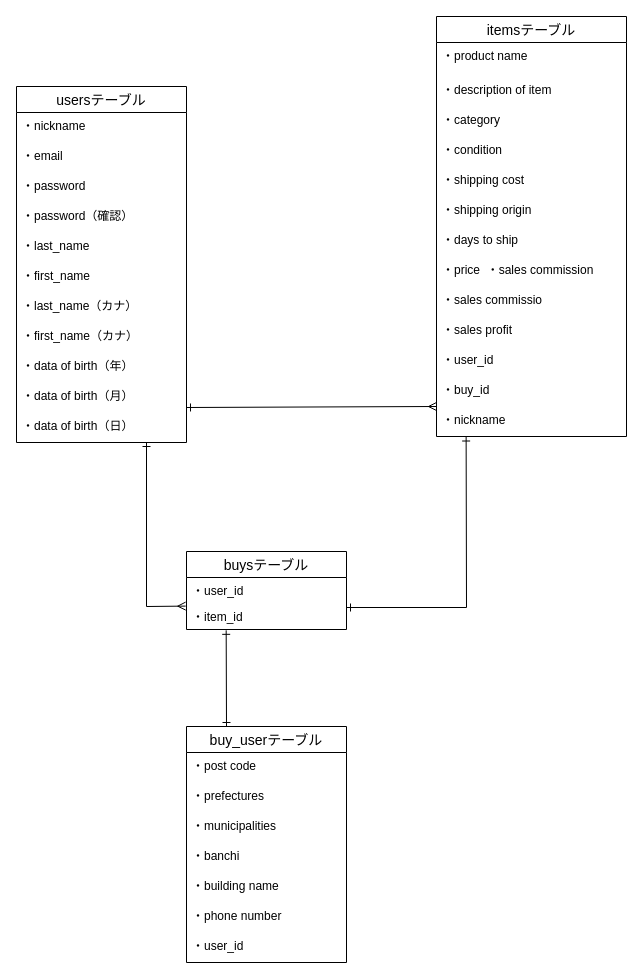
Above: test.dio in hero-39/furima-39744 (draw.io), before the change. Source tidied: cells renumbered, new cells numbered last; positions are measured from the earlier drawing's top-left corner, leaving out a move shared by most shapes. Both pictures are drawn from the tidied source at 100%, with x=0, y=0 at pixel (16, 16).
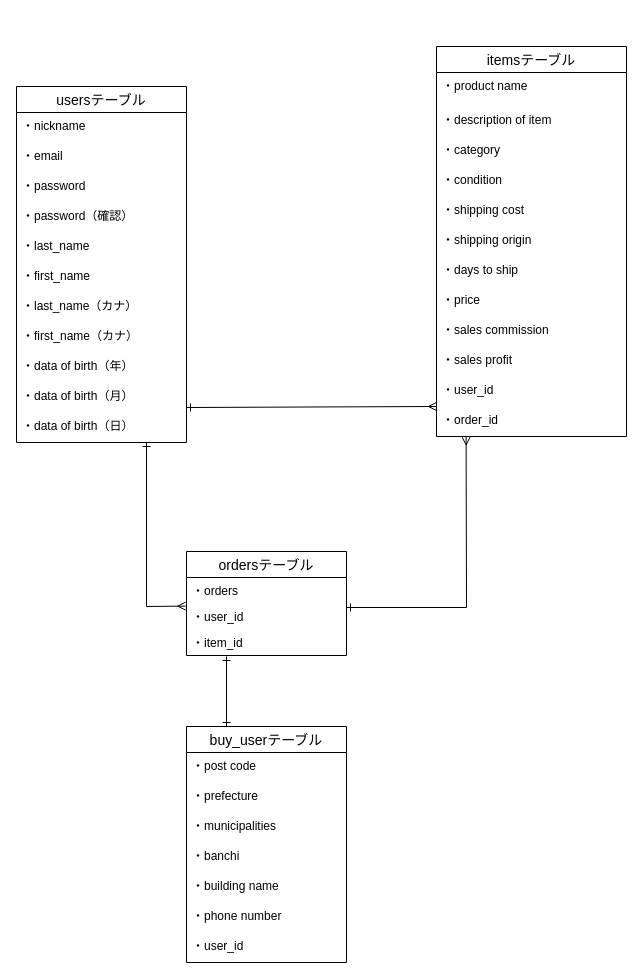
Above is the later version.

Unchanged cells that the change refers to:
```xml
<mxCell id="31" value="buy_userテーブル" style="swimlane;fontStyle=0;horizontal=1;startSize=26;align=center;fontSize=14;" parent="1" vertex="1">
  <mxGeometry x="170" y="710" width="160" height="236" as="geometry" />
</mxCell>
```

Diff of the diagram source:
```diff
@@
     <mxCell id="14" value="itemsテーブル" style="swimlane;fontStyle=0;horizontal=1;startSize=26;align=center;fontSize=14;" parent="1" vertex="1">
-      <mxGeometry x="420" width="190" height="420" as="geometry" />
+      <mxGeometry x="420" y="30" width="190" height="390" as="geometry" />
     </mxCell>
@@
-    <mxCell id="22" value="・price  ・sales commission   " style="text;strokeColor=none;fillColor=none;spacingLeft=4;spacingRight=4;overflow=hidden;fontSize=12;" parent="14" vertex="1">
+    <mxCell id="22" value="・price    " style="text;strokeColor=none;fillColor=none;spacingLeft=4;spacingRight=4;overflow=hidden;fontSize=12;" parent="14" vertex="1">
       <mxGeometry y="240" width="190" height="30" as="geometry" />
     </mxCell>
-    <mxCell id="23" value="・sales commissio" style="text;strokeColor=none;fillColor=none;spacingLeft=4;spacingRight=4;overflow=hidden;fontSize=12;" parent="14" vertex="1">
+    <mxCell id="23" value="・sales commission " style="text;strokeColor=none;fillColor=none;spacingLeft=4;spacingRight=4;overflow=hidden;fontSize=12;" parent="14" vertex="1">
       <mxGeometry y="270" width="190" height="30" as="geometry" />
     </mxCell>
@@
-    <mxCell id="26" value="・buy_id" style="text;strokeColor=none;fillColor=none;spacingLeft=4;spacingRight=4;overflow=hidden;fontSize=12;" parent="14" vertex="1">
+    <mxCell id="26" value="・order_id" style="text;strokeColor=none;fillColor=none;spacingLeft=4;spacingRight=4;overflow=hidden;fontSize=12;" parent="14" vertex="1">
       <mxGeometry y="360" width="190" height="30" as="geometry" />
     </mxCell>
-    <mxCell id="27" value="・nickname" style="text;strokeColor=none;fillColor=none;spacingLeft=4;spacingRight=4;overflow=hidden;points=[[0,0.5],[1,0.5]];portConstraint=eastwest;fontSize=12;" parent="14" vertex="1">
-      <mxGeometry y="390" width="190" height="30" as="geometry" />
-    </mxCell>
-    <mxCell id="28" value="buysテーブル" style="swimlane;fontStyle=0;horizontal=1;startSize=26;align=center;fontSize=14;" parent="1" vertex="1">
-      <mxGeometry x="170" y="535" width="160" height="78" as="geometry" />
+    <mxCell id="28" value="ordersテーブル" style="swimlane;fontStyle=0;horizontal=1;startSize=26;align=center;fontSize=14;" parent="1" vertex="1">
+      <mxGeometry x="170" y="535" width="160" height="104" as="geometry" />
     </mxCell>
-    <mxCell id="29" value="・user_id" style="text;strokeColor=none;fillColor=none;spacingLeft=4;spacingRight=4;overflow=hidden;fontSize=12;" parent="28" vertex="1">
+    <mxCell id="29" value="・orders" style="text;strokeColor=none;fillColor=none;spacingLeft=4;spacingRight=4;overflow=hidden;fontSize=12;" parent="28" vertex="1">
       <mxGeometry y="26" width="160" height="26" as="geometry" />
     </mxCell>
-    <mxCell id="30" value="・item_id" style="text;strokeColor=none;fillColor=none;spacingLeft=4;spacingRight=4;overflow=hidden;points=[[0,0.5],[1,0.5]];portConstraint=eastwest;fontSize=12;" parent="28" vertex="1">
+    <mxCell id="30" value="・user_id" style="text;strokeColor=none;fillColor=none;spacingLeft=4;spacingRight=4;overflow=hidden;points=[[0,0.5],[1,0.5]];portConstraint=eastwest;fontSize=12;" parent="28" vertex="1">
       <mxGeometry y="52" width="160" height="26" as="geometry" />
     </mxCell>
+    <mxCell id="43" value="・item_id" style="text;strokeColor=none;fillColor=none;spacingLeft=4;spacingRight=4;overflow=hidden;fontSize=12;" parent="28" vertex="1">
+      <mxGeometry y="78" width="160" height="26" as="geometry" />
+    </mxCell>
@@
-    <mxCell id="33" value="・prefectures" style="text;strokeColor=none;fillColor=none;spacingLeft=4;spacingRight=4;overflow=hidden;fontSize=12;" parent="31" vertex="1">
+    <mxCell id="33" value="・prefecture" style="text;strokeColor=none;fillColor=none;spacingLeft=4;spacingRight=4;overflow=hidden;fontSize=12;" parent="31" vertex="1">
       <mxGeometry y="56" width="160" height="30" as="geometry" />
     </mxCell>
@@
-    <mxCell id="41" style="endArrow=ERone;html=1;rounded=0;startArrow=ERone;startFill=0;endFill=0;entryX=0.156;entryY=1.017;entryDx=0;entryDy=0;entryPerimeter=0;" parent="1" edge="1" target="27">
+    <mxCell id="41" style="endArrow=ERmany;html=1;rounded=0;startArrow=ERone;startFill=0;endFill=0;entryX=0.156;entryY=1.017;entryDx=0;entryDy=0;entryPerimeter=0;" parent="1" edge="1">
       <mxGeometry relative="1" as="geometry">
         <mxPoint x="330" y="591" as="sourcePoint" />
+        <mxPoint x="449.6" y="420.5" as="targetPoint" />
         <Array as="points">
           <mxPoint x="450" y="591" />
         </Array>
       </mxGeometry>
     </mxCell>
-    <mxCell id="42" style="endArrow=ERone;html=1;rounded=0;startArrow=ERone;startFill=0;endFill=0;exitX=0.248;exitY=1.032;exitDx=0;exitDy=0;exitPerimeter=0;" parent="1" edge="1" source="30">
+    <mxCell id="42" style="endArrow=ERone;html=1;rounded=0;startArrow=ERone;startFill=0;endFill=0;" parent="1" edge="1">
       <mxGeometry relative="1" as="geometry">
+        <mxPoint x="210" y="640" as="sourcePoint" />
         <mxPoint x="210" y="710" as="targetPoint" />
       </mxGeometry>
     </mxCell>
```
